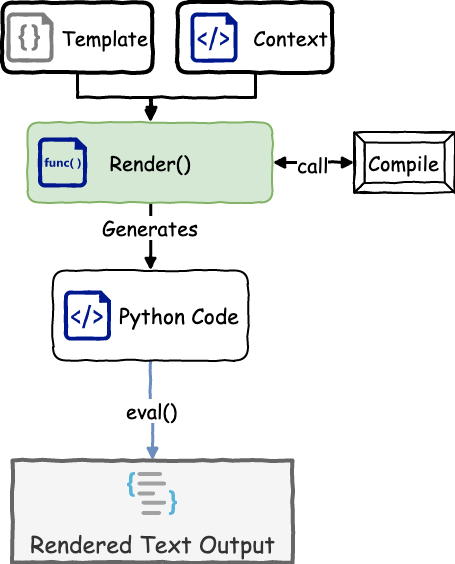
The draw.io diagram template-engine.png in Drinkey/tiny-template, before a commit. Source tidied: cells renumbered, new cells last; positions are measured from the earlier drawing's top-left corner, leaving out a move shared by most shapes.
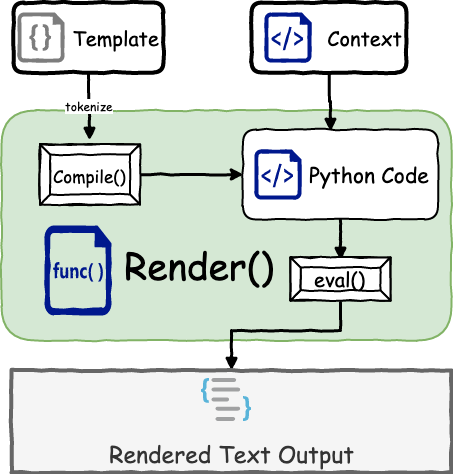
After the change.

What changed in the source:
```diff
@@ -2,61 +2,66 @@
   <root>
     <mxCell id="0" />
     <mxCell id="1" parent="0" />
-    <mxCell id="2" style="edgeStyle=orthogonalEdgeStyle;rounded=0;jettySize=auto;html=1;exitX=1;exitY=0.5;exitDx=0;exitDy=0;fontFamily=Comic Sans MS;fontSize=20;startArrow=block;startFill=1;endArrow=block;endFill=1;strokeWidth=3;comic=1;" parent="1" edge="1" source="6" target="7">
-      <mxGeometry relative="1" as="geometry" />
+    <mxCell id="2" value="&lt;font face=&quot;Comic Sans MS&quot; style=&quot;font-size: 37px&quot;&gt;Render()&amp;nbsp; &amp;nbsp; &amp;nbsp;&lt;br&gt;&lt;br&gt;&lt;/font&gt;" style="rounded=1;whiteSpace=wrap;html=1;strokeWidth=2;fillColor=#d5e8d4;strokeColor=#82b366;glass=0;comic=1;verticalAlign=bottom;fontSize=37;align=center;" parent="1" vertex="1">
+      <mxGeometry x="60" y="230" width="450" height="230" as="geometry" />
     </mxCell>
-    <mxCell id="3" value="call" style="text;html=1;align=center;verticalAlign=middle;labelBackgroundColor=#ffffff;fontSize=20;fontFamily=Comic Sans MS;" parent="2" vertex="1">
-      <mxGeometry x="-0.03" y="-1" relative="1" as="geometry" />
+    <mxCell id="3" style="edgeStyle=orthogonalEdgeStyle;rounded=0;jettySize=auto;html=1;entryX=0;entryY=0.5;entryDx=0;entryDy=0;comic=1;strokeWidth=3;" parent="1" edge="1" source="4" target="6">
+      <mxGeometry relative="1" as="geometry" />
     </mxCell>
-    <mxCell id="4" style="edgeStyle=orthogonalEdgeStyle;rounded=0;comic=1;jettySize=auto;html=1;entryX=0.5;entryY=0;entryDx=0;entryDy=0;startArrow=none;startFill=0;endArrow=block;endFill=1;strokeWidth=3;fontFamily=Comic Sans MS;fontSize=20;" parent="1" edge="1" source="6" target="9">
-      <mxGeometry relative="1" as="geometry" />
+    <mxCell id="4" value="&lt;font style=&quot;font-size: 17px&quot;&gt;Compile()&lt;/font&gt;" style="labelPosition=center;verticalLabelPosition=middle;align=center;html=1;shape=mxgraph.basic.button;dx=10;rounded=1;glass=0;comic=1;strokeWidth=2;gradientColor=none;fontFamily=Comic Sans MS;fontSize=20;" parent="1" vertex="1">
+      <mxGeometry x="98.5" y="264" width="100" height="60" as="geometry" />
     </mxCell>
-    <mxCell id="5" value="Generates" style="text;html=1;align=center;verticalAlign=middle;labelBackgroundColor=#ffffff;fontSize=20;fontFamily=Comic Sans MS;" parent="4" vertex="1">
-      <mxGeometry y="-10" relative="1" as="geometry">
-        <mxPoint x="9" y="-10" as="offset" />
-      </mxGeometry>
+    <mxCell id="5" style="edgeStyle=orthogonalEdgeStyle;rounded=0;comic=1;jettySize=auto;html=1;exitX=0.5;exitY=1;exitDx=0;exitDy=0;entryX=0.5;entryY=0.07;entryDx=0;entryDy=0;entryPerimeter=0;startArrow=none;startFill=0;endArrow=block;endFill=1;strokeWidth=3;fontSize=37;" parent="1" edge="1" source="6" target="19">
+      <mxGeometry relative="1" as="geometry" />
     </mxCell>
-    <mxCell id="6" value="&lt;font face=&quot;Comic Sans MS&quot; style=&quot;font-size: 20px&quot;&gt;Render()&lt;/font&gt;" style="rounded=1;whiteSpace=wrap;html=1;strokeWidth=2;fillColor=#d5e8d4;strokeColor=#82b366;glass=0;comic=1;" parent="1" vertex="1">
-      <mxGeometry x="25" y="120" width="245" height="80" as="geometry" />
+    <mxCell id="6" value="&lt;font face=&quot;Comic Sans MS&quot; style=&quot;font-size: 21px&quot;&gt;Python Code&amp;nbsp;&lt;/font&gt;" style="rounded=1;whiteSpace=wrap;html=1;glass=0;comic=1;strokeWidth=2;gradientColor=none;align=right;" parent="1" vertex="1">
+      <mxGeometry x="301.5" y="249" width="195" height="90" as="geometry" />
     </mxCell>
-    <mxCell id="7" value="Compile" style="labelPosition=center;verticalLabelPosition=middle;align=center;html=1;shape=mxgraph.basic.button;dx=10;rounded=1;glass=0;comic=1;strokeWidth=2;gradientColor=none;fontFamily=Comic Sans MS;fontSize=20;" parent="1" vertex="1">
-      <mxGeometry x="352" y="130" width="100" height="60" as="geometry" />
+    <mxCell id="7" style="edgeStyle=orthogonalEdgeStyle;rounded=0;comic=1;jettySize=auto;html=1;entryX=0.5;entryY=1.047;entryDx=0;entryDy=0;entryPerimeter=0;startArrow=block;startFill=1;endArrow=none;endFill=0;strokeWidth=3;fontSize=37;" parent="1" edge="1" source="8" target="19">
+      <mxGeometry relative="1" as="geometry">
+        <Array as="points">
+          <mxPoint x="290" y="450" />
+          <mxPoint x="399" y="450" />
+        </Array>
+      </mxGeometry>
     </mxCell>
-    <mxCell id="8" value="eval()" style="edgeStyle=orthogonalEdgeStyle;rounded=0;comic=1;jettySize=auto;html=1;startArrow=none;startFill=0;endArrow=block;endFill=1;strokeWidth=3;fontFamily=Comic Sans MS;fontSize=20;fillColor=#dae8fc;strokeColor=#6c8ebf;" parent="1" edge="1" source="9" target="10">
-      <mxGeometry relative="1" as="geometry" />
+    <mxCell id="8" value="&lt;font style=&quot;font-size: 23px&quot; face=&quot;Comic Sans MS&quot;&gt;Rendered Text Output&lt;/font&gt;" style="rounded=0;whiteSpace=wrap;html=1;glass=0;comic=1;strokeWidth=4;verticalAlign=bottom;fillColor=#f5f5f5;strokeColor=#666666;fontColor=#333333;" parent="1" vertex="1">
+      <mxGeometry x="70" y="490" width="440" height="102" as="geometry" />
     </mxCell>
-    <mxCell id="9" value="&lt;font face=&quot;Comic Sans MS&quot; style=&quot;font-size: 21px&quot;&gt;Python Code&amp;nbsp;&lt;/font&gt;" style="rounded=1;whiteSpace=wrap;html=1;glass=0;comic=1;strokeWidth=2;gradientColor=none;align=right;" parent="1" vertex="1">
-      <mxGeometry x="50.5" y="268" width="195" height="90" as="geometry" />
+    <mxCell id="9" style="shadow=0;dashed=0;html=1;strokeColor=none;labelPosition=center;verticalLabelPosition=bottom;verticalAlign=top;align=center;shape=mxgraph.azure.script_file;fillColor=#00188D;rounded=1;glass=0;comic=1;" parent="1" vertex="1">
+      <mxGeometry x="313" y="269" width="47" height="50" as="geometry" />
     </mxCell>
-    <mxCell id="10" value="&lt;font style=&quot;font-size: 23px&quot; face=&quot;Comic Sans MS&quot;&gt;Rendered Text Output&lt;/font&gt;" style="rounded=0;whiteSpace=wrap;html=1;glass=0;comic=1;strokeWidth=4;verticalAlign=bottom;fillColor=#f5f5f5;strokeColor=#666666;fontColor=#333333;" parent="1" vertex="1">
-      <mxGeometry x="10" y="458" width="280" height="102" as="geometry" />
+    <mxCell id="10" style="shadow=0;dashed=0;html=1;strokeColor=none;labelPosition=center;verticalLabelPosition=bottom;verticalAlign=top;align=center;shape=mxgraph.mscae.enterprise.code_file;fillColor=#00188D;rounded=1;glass=0;comic=1;" parent="1" vertex="1">
+      <mxGeometry x="103" y="345" width="67" height="90" as="geometry" />
     </mxCell>
-    <mxCell id="11" style="shadow=0;dashed=0;html=1;strokeColor=none;labelPosition=center;verticalLabelPosition=bottom;verticalAlign=top;align=center;shape=mxgraph.azure.script_file;fillColor=#00188D;rounded=1;glass=0;comic=1;" parent="1" vertex="1">
-      <mxGeometry x="61.5" y="288" width="47" height="50" as="geometry" />
+    <mxCell id="11" style="edgeStyle=orthogonalEdgeStyle;rounded=0;comic=1;jettySize=auto;html=1;startArrow=none;startFill=0;endArrow=block;endFill=1;strokeWidth=3;fontFamily=Comic Sans MS;fontSize=20;entryX=0.495;entryY=-0.067;entryDx=0;entryDy=0;entryPerimeter=0;" parent="1" edge="1" source="13" target="4">
+      <mxGeometry relative="1" as="geometry" />
     </mxCell>
-    <mxCell id="12" style="shadow=0;dashed=0;html=1;strokeColor=none;labelPosition=center;verticalLabelPosition=bottom;verticalAlign=top;align=center;shape=mxgraph.mscae.enterprise.code_file;fillColor=#00188D;rounded=1;glass=0;comic=1;" parent="1" vertex="1">
-      <mxGeometry x="35.5" y="135" width="49" height="50" as="geometry" />
+    <mxCell id="12" value="&lt;font face=&quot;Comic Sans MS&quot;&gt;tokenize&lt;/font&gt;" style="text;html=1;align=center;verticalAlign=middle;labelBackgroundColor=#ffffff;" parent="11" vertex="1">
+      <mxGeometry x="0.02" y="2" relative="1" as="geometry">
+        <mxPoint x="-2" y="-2" as="offset" />
+      </mxGeometry>
     </mxCell>
-    <mxCell id="13" style="edgeStyle=orthogonalEdgeStyle;rounded=0;comic=1;jettySize=auto;html=1;startArrow=none;startFill=0;endArrow=block;endFill=1;strokeWidth=3;fontFamily=Comic Sans MS;fontSize=20;" parent="1" edge="1" source="14" target="6">
-      <mxGeometry relative="1" as="geometry" />
+    <mxCell id="13" value="Template" style="rounded=1;whiteSpace=wrap;html=1;shadow=0;glass=0;comic=1;strokeWidth=4;gradientColor=none;fontFamily=Comic Sans MS;fontSize=20;align=right;" parent="1" vertex="1">
+      <mxGeometry x="72" y="122" width="150" height="70" as="geometry" />
     </mxCell>
-    <mxCell id="14" value="Template" style="rounded=1;whiteSpace=wrap;html=1;shadow=0;glass=0;comic=1;strokeWidth=4;gradientColor=none;fontFamily=Comic Sans MS;fontSize=20;align=right;" parent="1" vertex="1">
-      <mxGeometry width="150" height="70" as="geometry" />
+    <mxCell id="14" style="edgeStyle=orthogonalEdgeStyle;rounded=0;comic=1;jettySize=auto;html=1;startArrow=none;startFill=0;endArrow=block;endFill=1;strokeWidth=3;fontFamily=Comic Sans MS;fontSize=20;entryX=0.451;entryY=0.022;entryDx=0;entryDy=0;entryPerimeter=0;" parent="1" edge="1" source="15" target="6">
+      <mxGeometry relative="1" as="geometry" />
     </mxCell>
-    <mxCell id="15" style="edgeStyle=orthogonalEdgeStyle;rounded=0;comic=1;jettySize=auto;html=1;entryX=0.506;entryY=-0.033;entryDx=0;entryDy=0;entryPerimeter=0;startArrow=none;startFill=0;endArrow=block;endFill=1;strokeWidth=3;fontFamily=Comic Sans MS;fontSize=20;" parent="1" edge="1" source="16" target="6">
-      <mxGeometry relative="1" as="geometry" />
+    <mxCell id="15" value="Context" style="rounded=1;whiteSpace=wrap;html=1;shadow=0;glass=0;comic=1;strokeWidth=4;gradientColor=none;fontFamily=Comic Sans MS;fontSize=20;align=right;" parent="1" vertex="1">
+      <mxGeometry x="310" y="122" width="155" height="70" as="geometry" />
     </mxCell>
-    <mxCell id="16" value="Context" style="rounded=1;whiteSpace=wrap;html=1;shadow=0;glass=0;comic=1;strokeWidth=4;gradientColor=none;fontFamily=Comic Sans MS;fontSize=20;align=right;" parent="1" vertex="1">
-      <mxGeometry x="175" width="155" height="70" as="geometry" />
+    <mxCell id="16" style="shadow=0;dashed=0;html=1;strokeColor=none;labelPosition=center;verticalLabelPosition=bottom;verticalAlign=top;align=center;shape=mxgraph.azure.code_file;fillColor=#7D7D7D;rounded=1;glass=0;comic=1;fontFamily=Comic Sans MS;fontSize=20;" parent="1" vertex="1">
+      <mxGeometry x="76" y="132" width="47" height="50" as="geometry" />
     </mxCell>
-    <mxCell id="17" style="shadow=0;dashed=0;html=1;strokeColor=none;labelPosition=center;verticalLabelPosition=bottom;verticalAlign=top;align=center;shape=mxgraph.azure.code_file;fillColor=#7D7D7D;rounded=1;glass=0;comic=1;fontFamily=Comic Sans MS;fontSize=20;" parent="1" vertex="1">
-      <mxGeometry x="4" y="10" width="47" height="50" as="geometry" />
+    <mxCell id="17" style="shadow=0;dashed=0;html=1;strokeColor=none;labelPosition=center;verticalLabelPosition=bottom;verticalAlign=top;align=center;shape=mxgraph.azure.script_file;fillColor=#00188D;rounded=1;glass=0;comic=1;fontFamily=Comic Sans MS;fontSize=20;" parent="1" vertex="1">
+      <mxGeometry x="323" y="132" width="47" height="50" as="geometry" />
     </mxCell>
-    <mxCell id="18" style="shadow=0;dashed=0;html=1;strokeColor=none;labelPosition=center;verticalLabelPosition=bottom;verticalAlign=top;align=center;shape=mxgraph.azure.script_file;fillColor=#00188D;rounded=1;glass=0;comic=1;fontFamily=Comic Sans MS;fontSize=20;" parent="1" vertex="1">
-      <mxGeometry x="188" y="10" width="47" height="50" as="geometry" />
+    <mxCell id="18" style="html=1;perimeter=none;align=center;shadow=0;dashed=0;image;fontSize=12;image=img/lib/mscae/ARMExplorer.svg;rounded=1;glass=0;comic=1;strokeWidth=4;gradientColor=none;" parent="1" vertex="1">
+      <mxGeometry x="260" y="498" width="50" height="43" as="geometry" />
     </mxCell>
-    <mxCell id="19" style="html=1;perimeter=none;align=center;shadow=0;dashed=0;image;fontSize=12;image=img/lib/mscae/ARMExplorer.svg;rounded=1;glass=0;comic=1;strokeWidth=4;gradientColor=none;" parent="1" vertex="1">
-      <mxGeometry x="125" y="470" width="50" height="43" as="geometry" />
+    <mxCell id="19" value="eval()" style="labelPosition=center;verticalLabelPosition=middle;align=center;html=1;shape=mxgraph.basic.button;dx=10;rounded=1;glass=0;comic=1;strokeWidth=2;gradientColor=none;fontFamily=Comic Sans MS;fontSize=20;" parent="1" vertex="1">
+      <mxGeometry x="349" y="377" width="100" height="43" as="geometry" />
     </mxCell>
   </root>
 </mxGraphModel>
```
